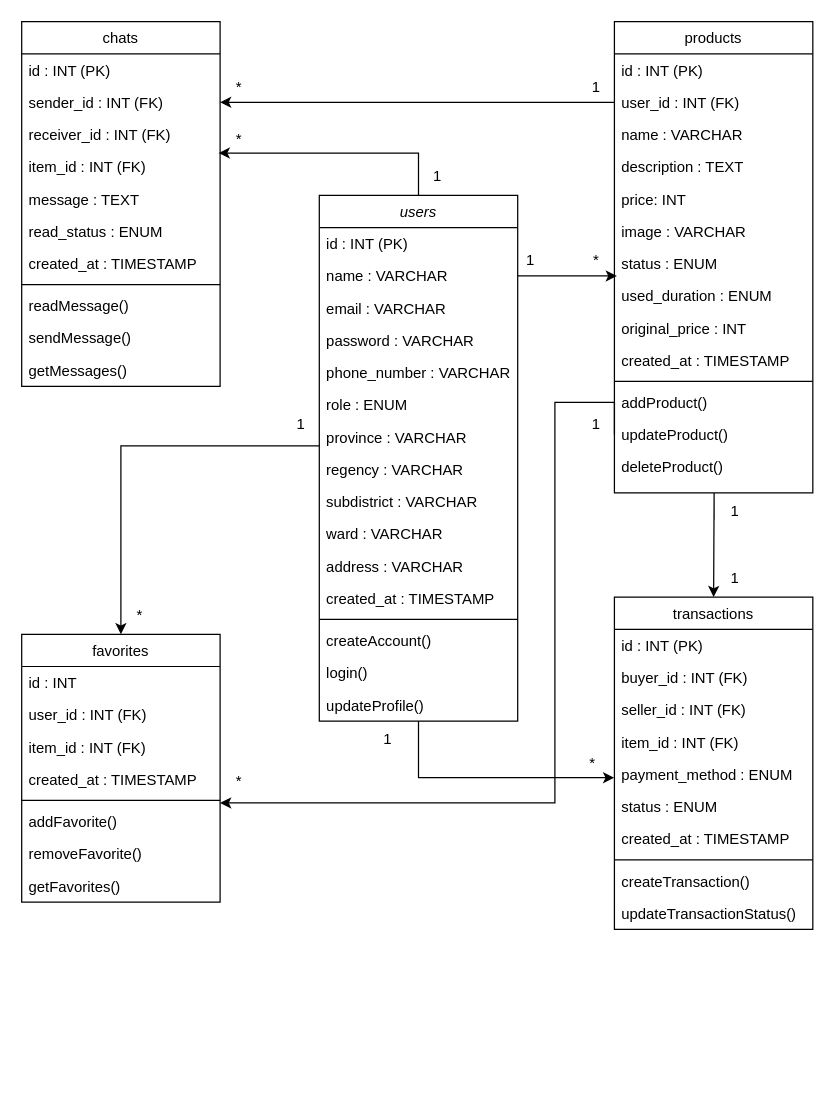
Earlier version of the draw.io diagram Untitled Diagram.drawio (Al1en131/Note-App). Source tidied: cells renumbered, new cells numbered last; positions are measured from the earlier drawing's top-left corner, leaving out a move shared by most shapes. Both pictures are drawn from the tidied source at 124%, with x=0, y=0 at pixel (21, 21).
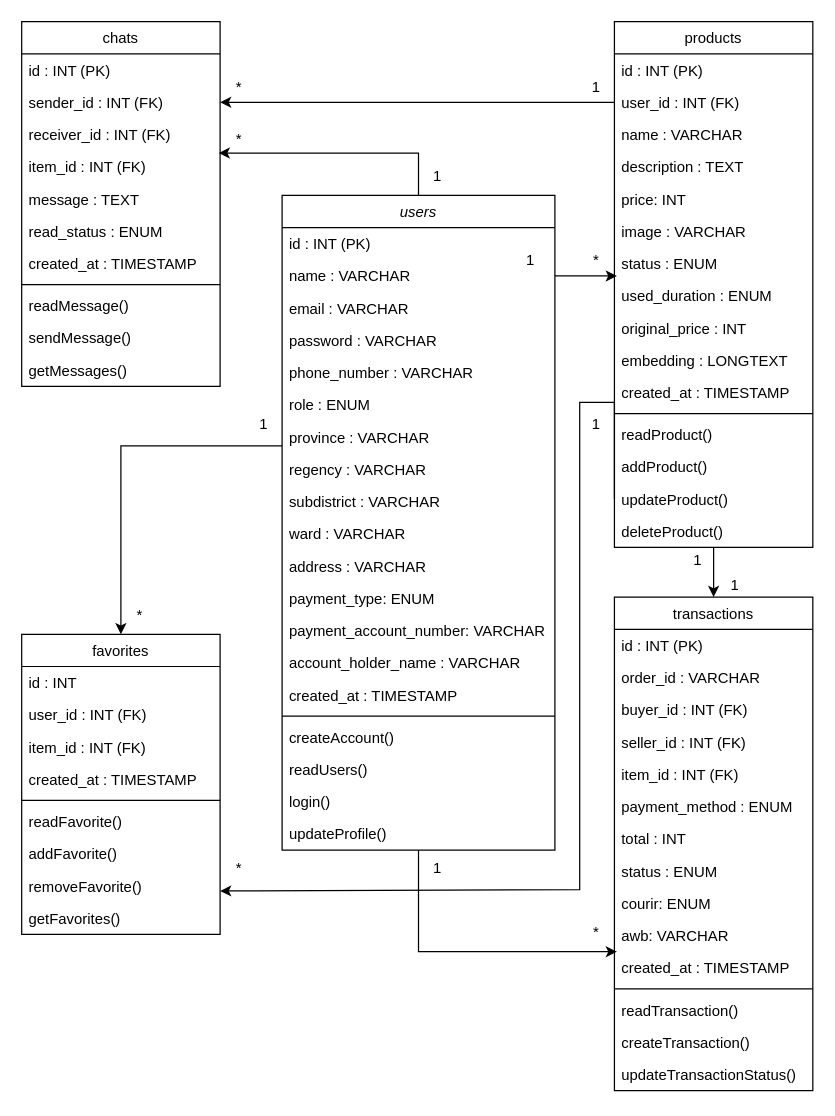
Above is the later version.

Change to the diagram source:
```diff
@@
     <mxCell id="2" value="users" style="swimlane;fontStyle=2;align=center;verticalAlign=top;horizontal=1;startSize=26;rounded=0;shadow=0;strokeWidth=1;" parent="1" vertex="1">
-      <mxGeometry x="240" y="140" width="160" height="424" as="geometry" />
+      <mxGeometry x="210" y="140" width="220" height="528" as="geometry" />
     </mxCell>
     <mxCell id="3" value="id : INT (PK)" style="text;align=left;verticalAlign=top;spacingLeft=4;spacingRight=4;overflow=hidden;" parent="2" vertex="1">
-      <mxGeometry y="26" width="160" height="26" as="geometry" />
+      <mxGeometry y="26" width="220" height="26" as="geometry" />
     </mxCell>
     <mxCell id="4" value="name : VARCHAR" style="text;align=left;verticalAlign=top;spacingLeft=4;spacingRight=4;overflow=hidden;points=[[0,0.5],[1,0.5]];portConstraint=eastwest;rounded=0;shadow=0;html=0;" parent="2" vertex="1">
-      <mxGeometry y="52" width="160" height="26" as="geometry" />
+      <mxGeometry y="52" width="220" height="26" as="geometry" />
     </mxCell>
     <mxCell id="5" value="email : VARCHAR" style="text;align=left;verticalAlign=top;spacingLeft=4;spacingRight=4;overflow=hidden;rounded=0;shadow=0;html=0;" parent="2" vertex="1">
-      <mxGeometry y="78" width="160" height="26" as="geometry" />
+      <mxGeometry y="78" width="220" height="26" as="geometry" />
     </mxCell>
     <mxCell id="6" value="password : VARCHAR" style="text;align=left;verticalAlign=top;spacingLeft=4;spacingRight=4;overflow=hidden;rounded=0;shadow=0;html=0;" parent="2" vertex="1">
-      <mxGeometry y="104" width="160" height="26" as="geometry" />
+      <mxGeometry y="104" width="220" height="26" as="geometry" />
     </mxCell>
     <mxCell id="7" value="phone_number : VARCHAR" style="text;align=left;verticalAlign=top;spacingLeft=4;spacingRight=4;overflow=hidden;rounded=0;shadow=0;html=0;" parent="2" vertex="1">
-      <mxGeometry y="130" width="160" height="26" as="geometry" />
+      <mxGeometry y="130" width="220" height="26" as="geometry" />
     </mxCell>
     <mxCell id="8" value="role : ENUM" style="text;align=left;verticalAlign=top;spacingLeft=4;spacingRight=4;overflow=hidden;rounded=0;shadow=0;html=0;" parent="2" vertex="1">
-      <mxGeometry y="156" width="160" height="26" as="geometry" />
+      <mxGeometry y="156" width="220" height="26" as="geometry" />
     </mxCell>
     <mxCell id="9" value="province : VARCHAR" style="text;align=left;verticalAlign=top;spacingLeft=4;spacingRight=4;overflow=hidden;rounded=0;shadow=0;html=0;" parent="2" vertex="1">
-      <mxGeometry y="182" width="160" height="26" as="geometry" />
+      <mxGeometry y="182" width="220" height="26" as="geometry" />
     </mxCell>
     <mxCell id="10" value="regency : VARCHAR" style="text;align=left;verticalAlign=top;spacingLeft=4;spacingRight=4;overflow=hidden;rounded=0;shadow=0;html=0;" parent="2" vertex="1">
-      <mxGeometry y="208" width="160" height="26" as="geometry" />
+      <mxGeometry y="208" width="220" height="26" as="geometry" />
     </mxCell>
     <mxCell id="11" value="subdistrict : VARCHAR" style="text;align=left;verticalAlign=top;spacingLeft=4;spacingRight=4;overflow=hidden;rounded=0;shadow=0;html=0;" parent="2" vertex="1">
-      <mxGeometry y="234" width="160" height="26" as="geometry" />
+      <mxGeometry y="234" width="220" height="26" as="geometry" />
     </mxCell>
     <mxCell id="12" value="ward : VARCHAR" style="text;align=left;verticalAlign=top;spacingLeft=4;spacingRight=4;overflow=hidden;rounded=0;shadow=0;html=0;" parent="2" vertex="1">
-      <mxGeometry y="260" width="160" height="26" as="geometry" />
+      <mxGeometry y="260" width="220" height="26" as="geometry" />
     </mxCell>
     <mxCell id="13" value="address : VARCHAR" style="text;align=left;verticalAlign=top;spacingLeft=4;spacingRight=4;overflow=hidden;rounded=0;shadow=0;html=0;" parent="2" vertex="1">
-      <mxGeometry y="286" width="160" height="26" as="geometry" />
+      <mxGeometry y="286" width="220" height="26" as="geometry" />
     </mxCell>
+    <mxCell id="87" value="payment_type: ENUM" style="text;align=left;verticalAlign=top;spacingLeft=4;spacingRight=4;overflow=hidden;rounded=0;shadow=0;html=0;" parent="2" vertex="1">
+      <mxGeometry y="312" width="220" height="26" as="geometry" />
+    </mxCell>
+    <mxCell id="88" value="payment_account_number: VARCHAR" style="text;align=left;verticalAlign=top;spacingLeft=4;spacingRight=4;overflow=hidden;rounded=0;shadow=0;html=0;" parent="2" vertex="1">
+      <mxGeometry y="338" width="220" height="26" as="geometry" />
+    </mxCell>
+    <mxCell id="89" value="account_holder_name : VARCHAR" style="text;align=left;verticalAlign=top;spacingLeft=4;spacingRight=4;overflow=hidden;rounded=0;shadow=0;html=0;" parent="2" vertex="1">
+      <mxGeometry y="364" width="220" height="26" as="geometry" />
+    </mxCell>
     <mxCell id="14" value="created_at : TIMESTAMP" style="text;align=left;verticalAlign=top;spacingLeft=4;spacingRight=4;overflow=hidden;rounded=0;shadow=0;html=0;" parent="2" vertex="1">
-      <mxGeometry y="312" width="160" height="26" as="geometry" />
+      <mxGeometry y="390" width="220" height="26" as="geometry" />
     </mxCell>
     <mxCell id="15" style="line;html=1;strokeWidth=1;align=left;verticalAlign=middle;spacingTop=-1;spacingLeft=3;spacingRight=3;labelPosition=right;" parent="2" vertex="1">
-      <mxGeometry y="338" width="160" height="8" as="geometry" />
+      <mxGeometry y="416" width="220" height="8" as="geometry" />
     </mxCell>
     <mxCell id="16" value="createAccount()" style="text;align=left;verticalAlign=top;spacingLeft=4;spacingRight=4;overflow=hidden;" parent="2" vertex="1">
-      <mxGeometry y="346" width="160" height="26" as="geometry" />
+      <mxGeometry y="424" width="220" height="26" as="geometry" />
     </mxCell>
+    <mxCell id="90" value="readUsers()" style="text;align=left;verticalAlign=top;spacingLeft=4;spacingRight=4;overflow=hidden;" parent="2" vertex="1">
+      <mxGeometry y="450" width="220" height="26" as="geometry" />
+    </mxCell>
     <mxCell id="17" value="login()" style="text;align=left;verticalAlign=top;spacingLeft=4;spacingRight=4;overflow=hidden;" parent="2" vertex="1">
-      <mxGeometry y="372" width="160" height="26" as="geometry" />
+      <mxGeometry y="476" width="220" height="26" as="geometry" />
     </mxCell>
     <mxCell id="18" value="updateProfile()" style="text;align=left;verticalAlign=top;spacingLeft=4;spacingRight=4;overflow=hidden;" parent="2" vertex="1">
-      <mxGeometry y="398" width="160" height="26" as="geometry" />
+      <mxGeometry y="502" width="220" height="26" as="geometry" />
     </mxCell>
     <mxCell id="19" value="favorites" style="swimlane;fontStyle=0;align=center;verticalAlign=top;horizontal=1;startSize=26;rounded=0;shadow=0;strokeWidth=1;" parent="1" vertex="1">
-      <mxGeometry y="494" width="160" height="216" as="geometry" />
+      <mxGeometry y="494" width="160" height="242" as="geometry" />
     </mxCell>
@@
-    <mxCell id="25" value="addFavorite()" style="text;align=left;verticalAlign=top;spacingLeft=4;spacingRight=4;overflow=hidden;" parent="19" vertex="1">
+    <mxCell id="25" value="readFavorite()" style="text;align=left;verticalAlign=top;spacingLeft=4;spacingRight=4;overflow=hidden;" parent="19" vertex="1">
       <mxGeometry y="138" width="160" height="26" as="geometry" />
     </mxCell>
+    <mxCell id="91" value="addFavorite()" style="text;align=left;verticalAlign=top;spacingLeft=4;spacingRight=4;overflow=hidden;" parent="19" vertex="1">
+      <mxGeometry y="164" width="160" height="26" as="geometry" />
+    </mxCell>
     <mxCell id="26" value="removeFavorite()" style="text;align=left;verticalAlign=top;spacingLeft=4;spacingRight=4;overflow=hidden;rounded=0;shadow=0;html=0;" parent="19" vertex="1">
-      <mxGeometry y="164" width="160" height="26" as="geometry" />
+      <mxGeometry y="190" width="160" height="26" as="geometry" />
     </mxCell>
     <mxCell id="27" value="getFavorites()" style="text;align=left;verticalAlign=top;spacingLeft=4;spacingRight=4;overflow=hidden;rounded=0;shadow=0;html=0;" parent="19" vertex="1">
-      <mxGeometry y="190" width="160" height="26" as="geometry" />
+      <mxGeometry y="216" width="160" height="26" as="geometry" />
     </mxCell>
@@
     <mxCell id="40" value="products" style="swimlane;fontStyle=0;align=center;verticalAlign=top;horizontal=1;startSize=26;rounded=0;shadow=0;strokeWidth=1;" parent="1" vertex="1">
-      <mxGeometry x="478" width="160" height="380" as="geometry" />
+      <mxGeometry x="478" width="160" height="424" as="geometry" />
     </mxCell>
@@
+    <mxCell id="92" value="embedding : LONGTEXT" style="text;align=left;verticalAlign=top;spacingLeft=4;spacingRight=4;overflow=hidden;rounded=0;shadow=0;html=0;" parent="40" vertex="1">
+      <mxGeometry y="260" width="160" height="26" as="geometry" />
+    </mxCell>
     <mxCell id="50" value="created_at : TIMESTAMP" style="text;align=left;verticalAlign=top;spacingLeft=4;spacingRight=4;overflow=hidden;rounded=0;shadow=0;html=0;" parent="40" vertex="1">
-      <mxGeometry y="260" width="160" height="26" as="geometry" />
+      <mxGeometry y="286" width="160" height="26" as="geometry" />
     </mxCell>
     <mxCell id="51" style="line;html=1;strokeWidth=1;align=left;verticalAlign=middle;spacingTop=-1;spacingLeft=3;spacingRight=3;labelPosition=right;" parent="40" vertex="1">
-      <mxGeometry y="286" width="160" height="8" as="geometry" />
+      <mxGeometry y="312" width="160" height="8" as="geometry" />
     </mxCell>
+    <mxCell id="93" value="readProduct()" style="text;align=left;verticalAlign=top;spacingLeft=4;spacingRight=4;overflow=hidden;" parent="40" vertex="1">
+      <mxGeometry y="320" width="160" height="26" as="geometry" />
+    </mxCell>
     <mxCell id="52" value="addProduct()" style="text;align=left;verticalAlign=top;spacingLeft=4;spacingRight=4;overflow=hidden;" parent="40" vertex="1">
-      <mxGeometry y="294" width="160" height="26" as="geometry" />
+      <mxGeometry y="346" width="160" height="26" as="geometry" />
     </mxCell>
     <mxCell id="53" value="updateProduct()" style="text;align=left;verticalAlign=top;spacingLeft=4;spacingRight=4;overflow=hidden;points=[[0,0.5],[1,0.5]];portConstraint=eastwest;" parent="40" vertex="1">
-      <mxGeometry y="320" width="160" height="26" as="geometry" />
+      <mxGeometry y="372" width="160" height="26" as="geometry" />
     </mxCell>
     <mxCell id="54" value="deleteProduct()" style="text;align=left;verticalAlign=top;spacingLeft=4;spacingRight=4;overflow=hidden;points=[[0,0.5],[1,0.5]];portConstraint=eastwest;rounded=0;shadow=0;html=0;" parent="40" vertex="1">
-      <mxGeometry y="346" width="160" height="26" as="geometry" />
+      <mxGeometry y="398" width="160" height="26" as="geometry" />
     </mxCell>
     <mxCell id="55" value="transactions" style="swimlane;fontStyle=0;align=center;verticalAlign=top;horizontal=1;startSize=26;rounded=0;shadow=0;strokeWidth=1;" parent="1" vertex="1">
-      <mxGeometry x="478" y="464" width="160" height="268" as="geometry" />
+      <mxGeometry x="478" y="464" width="160" height="398" as="geometry" />
     </mxCell>
@@
+    <mxCell id="94" value="order_id : VARCHAR" style="text;align=left;verticalAlign=top;spacingLeft=4;spacingRight=4;overflow=hidden;rounded=0;shadow=0;html=0;" parent="55" vertex="1">
+      <mxGeometry y="52" width="160" height="26" as="geometry" />
+    </mxCell>
     <mxCell id="57" value="buyer_id : INT (FK)" style="text;align=left;verticalAlign=top;spacingLeft=4;spacingRight=4;overflow=hidden;rounded=0;shadow=0;html=0;" parent="55" vertex="1">
-      <mxGeometry y="52" width="160" height="26" as="geometry" />
+      <mxGeometry y="78" width="160" height="26" as="geometry" />
     </mxCell>
     <mxCell id="58" value="seller_id : INT (FK)" style="text;align=left;verticalAlign=top;spacingLeft=4;spacingRight=4;overflow=hidden;rounded=0;shadow=0;html=0;" parent="55" vertex="1">
-      <mxGeometry y="78" width="160" height="26" as="geometry" />
+      <mxGeometry y="104" width="160" height="26" as="geometry" />
     </mxCell>
     <mxCell id="59" value="item_id : INT (FK)" style="text;align=left;verticalAlign=top;spacingLeft=4;spacingRight=4;overflow=hidden;rounded=0;shadow=0;html=0;" parent="55" vertex="1">
-      <mxGeometry y="104" width="160" height="26" as="geometry" />
+      <mxGeometry y="130" width="160" height="26" as="geometry" />
     </mxCell>
     <mxCell id="60" value="payment_method : ENUM" style="text;align=left;verticalAlign=top;spacingLeft=4;spacingRight=4;overflow=hidden;rounded=0;shadow=0;html=0;" parent="55" vertex="1">
-      <mxGeometry y="130" width="160" height="26" as="geometry" />
+      <mxGeometry y="156" width="160" height="26" as="geometry" />
     </mxCell>
+    <mxCell id="95" value="total : INT " style="text;align=left;verticalAlign=top;spacingLeft=4;spacingRight=4;overflow=hidden;rounded=0;shadow=0;html=0;" parent="55" vertex="1">
+      <mxGeometry y="182" width="160" height="26" as="geometry" />
+    </mxCell>
     <mxCell id="61" value="status : ENUM" style="text;align=left;verticalAlign=top;spacingLeft=4;spacingRight=4;overflow=hidden;rounded=0;shadow=0;html=0;" parent="55" vertex="1">
-      <mxGeometry y="156" width="160" height="26" as="geometry" />
+      <mxGeometry y="208" width="160" height="26" as="geometry" />
     </mxCell>
+    <mxCell id="96" value="courir: ENUM" style="text;align=left;verticalAlign=top;spacingLeft=4;spacingRight=4;overflow=hidden;rounded=0;shadow=0;html=0;" parent="55" vertex="1">
+      <mxGeometry y="234" width="160" height="26" as="geometry" />
+    </mxCell>
+    <mxCell id="97" value="awb: VARCHAR" style="text;align=left;verticalAlign=top;spacingLeft=4;spacingRight=4;overflow=hidden;rounded=0;shadow=0;html=0;" parent="55" vertex="1">
+      <mxGeometry y="260" width="160" height="26" as="geometry" />
+    </mxCell>
     <mxCell id="62" value="created_at : TIMESTAMP" style="text;align=left;verticalAlign=top;spacingLeft=4;spacingRight=4;overflow=hidden;rounded=0;shadow=0;html=0;" parent="55" vertex="1">
-      <mxGeometry y="182" width="160" height="26" as="geometry" />
+      <mxGeometry y="286" width="160" height="26" as="geometry" />
     </mxCell>
     <mxCell id="63" style="line;html=1;strokeWidth=1;align=left;verticalAlign=middle;spacingTop=-1;spacingLeft=3;spacingRight=3;labelPosition=right;" parent="55" vertex="1">
-      <mxGeometry y="208" width="160" height="8" as="geometry" />
+      <mxGeometry y="312" width="160" height="8" as="geometry" />
     </mxCell>
-    <mxCell id="64" value="createTransaction()" style="text;align=left;verticalAlign=top;spacingLeft=4;spacingRight=4;overflow=hidden;" parent="55" vertex="1">
-      <mxGeometry y="216" width="160" height="26" as="geometry" />
+    <mxCell id="64" value="readTransaction()" style="text;align=left;verticalAlign=top;spacingLeft=4;spacingRight=4;overflow=hidden;" parent="55" vertex="1">
+      <mxGeometry y="320" width="160" height="26" as="geometry" />
     </mxCell>
+    <mxCell id="98" value="createTransaction()" style="text;align=left;verticalAlign=top;spacingLeft=4;spacingRight=4;overflow=hidden;" parent="55" vertex="1">
+      <mxGeometry y="346" width="160" height="26" as="geometry" />
+    </mxCell>
     <mxCell id="65" value="updateTransactionStatus()" style="text;align=left;verticalAlign=top;spacingLeft=4;spacingRight=4;overflow=hidden;" parent="55" vertex="1">
-      <mxGeometry y="242" width="160" height="26" as="geometry" />
+      <mxGeometry y="372" width="160" height="26" as="geometry" />
     </mxCell>
     <mxCell id="66" style="edgeStyle=orthogonalEdgeStyle;rounded=0;jettySize=auto;html=1;exitX=0;exitY=0.5;exitDx=0;exitDy=0;" parent="1" edge="1" source="53">
       <mxGeometry relative="1" as="geometry">
-        <mxPoint x="160" y="630" as="targetPoint" />
+        <mxPoint x="160" y="701" as="targetPoint" />
         <Array as="points">
-          <mxPoint x="430" y="307" />
-          <mxPoint x="430" y="630" />
+          <mxPoint x="478" y="307" />
+          <mxPoint x="450" y="307" />
+          <mxPoint x="450" y="700" />
+          <mxPoint x="160" y="700" />
         </Array>
       </mxGeometry>
     </mxCell>
-    <mxCell id="67" style="edgeStyle=orthogonalEdgeStyle;rounded=0;jettySize=auto;html=1;entryX=-0.02;entryY=0.195;entryDx=0;entryDy=0;entryPerimeter=0;exitX=0.5;exitY=1;exitDx=0;exitDy=0;" parent="1" edge="1" source="2">
+    <mxCell id="67" style="edgeStyle=orthogonalEdgeStyle;rounded=0;jettySize=auto;html=1;exitX=0.5;exitY=1;exitDx=0;exitDy=0;" parent="1" edge="1" source="2">
       <mxGeometry relative="1" as="geometry">
-        <mxPoint x="477.8" y="609.7" as="targetPoint" />
+        <mxPoint x="480" y="750" as="targetPoint" />
         <Array as="points">
-          <mxPoint x="320" y="610" />
+          <mxPoint x="320" y="750" />
         </Array>
       </mxGeometry>
     </mxCell>
     <mxCell id="68" style="edgeStyle=orthogonalEdgeStyle;rounded=0;jettySize=auto;html=1;entryX=0.5;entryY=0;entryDx=0;entryDy=0;" parent="1" edge="1" target="19">
       <mxGeometry relative="1" as="geometry">
-        <mxPoint x="240" y="342" as="sourcePoint" />
+        <mxPoint x="210" y="342" as="sourcePoint" />
         <Array as="points">
+          <mxPoint x="209" y="342" />
           <mxPoint x="80" y="342" />
         </Array>
       </mxGeometry>
     </mxCell>
@@
     <mxCell id="71" value="1" style="text;html=1;align=center;verticalAlign=middle;points=[];strokeColor=none;fillColor=none;" parent="1" vertex="1">
-      <mxGeometry x="560" y="380" width="30" height="30" as="geometry" />
+      <mxGeometry x="530" y="420" width="30" height="30" as="geometry" />
     </mxCell>
     <mxCell id="72" value="1" style="text;html=1;align=center;verticalAlign=middle;strokeColor=none;fillColor=none;" parent="1" vertex="1">
-      <mxGeometry x="560" y="434" width="30" height="30" as="geometry" />
+      <mxGeometry x="560" y="440" width="30" height="30" as="geometry" />
     </mxCell>
     <mxCell id="73" value="1" style="text;html=1;align=center;verticalAlign=middle;strokeColor=none;fillColor=none;" parent="1" vertex="1">
-      <mxGeometry x="280" y="564" width="30" height="30" as="geometry" />
+      <mxGeometry x="320" y="668" width="30" height="30" as="geometry" />
     </mxCell>
     <mxCell id="74" value="*" style="text;html=1;align=center;verticalAlign=middle;strokeColor=none;fillColor=none;" parent="1" vertex="1">
-      <mxGeometry x="445" y="583" width="30" height="30" as="geometry" />
+      <mxGeometry x="448" y="720" width="30" height="30" as="geometry" />
     </mxCell>
@@
     <mxCell id="76" value="*" style="text;html=1;align=center;verticalAlign=middle;strokeColor=none;fillColor=none;" parent="1" vertex="1">
-      <mxGeometry x="160" y="598" width="30" height="30" as="geometry" />
+      <mxGeometry x="160" y="668" width="30" height="30" as="geometry" />
     </mxCell>
     <mxCell id="77" value="1" style="text;html=1;align=center;verticalAlign=middle;strokeColor=none;fillColor=none;" parent="1" vertex="1">
-      <mxGeometry x="210" y="310" width="30" height="30" as="geometry" />
+      <mxGeometry x="180" y="310" width="30" height="30" as="geometry" />
     </mxCell>
@@
-    <mxCell id="86" style="edgeStyle=orthogonalEdgeStyle;rounded=0;jettySize=auto;html=1;exitX=-0.053;exitY=0.718;exitDx=0;exitDy=0;exitPerimeter=0;entryX=0.5;entryY=0;entryDx=0;entryDy=0;" parent="1" edge="1" source="71" target="55">
-      <mxGeometry relative="1" as="geometry">
-        <Array as="points">
-          <mxPoint x="558" y="380" />
-        </Array>
-      </mxGeometry>
+    <mxCell id="86" style="edgeStyle=orthogonalEdgeStyle;rounded=0;jettySize=auto;html=1;exitX=0.5;exitY=1.014;exitDx=0;exitDy=0;exitPerimeter=0;entryX=0.5;entryY=0;entryDx=0;entryDy=0;" parent="1" edge="1" source="54" target="55">
+      <mxGeometry relative="1" as="geometry" />
     </mxCell>
```
